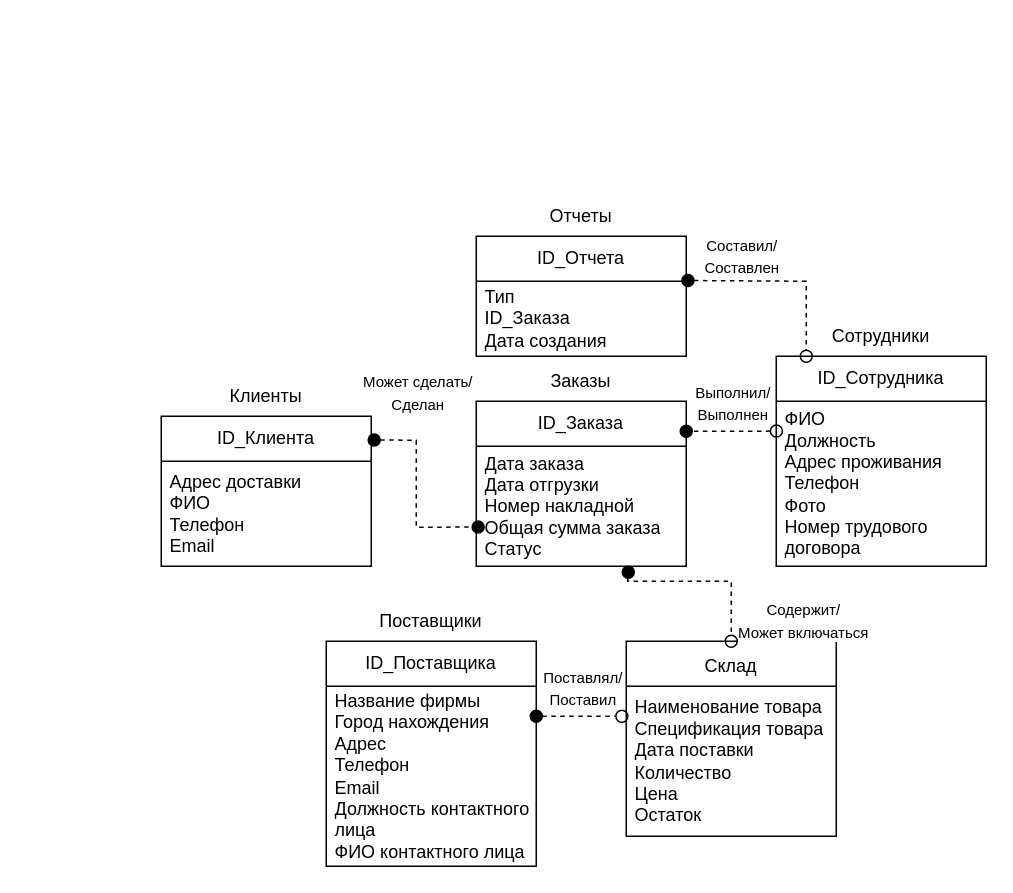
This is ОРТПС_6.drawio from mopsin666/AKMS, a draw.io file, before an edit. Source tidied: cells renumbered, new cells numbered last; positions are measured from the earlier drawing's top-left corner, leaving out a move shared by most shapes. Both pictures are drawn from the tidied source at 150%, with x=0, y=0 at pixel (160, 160).
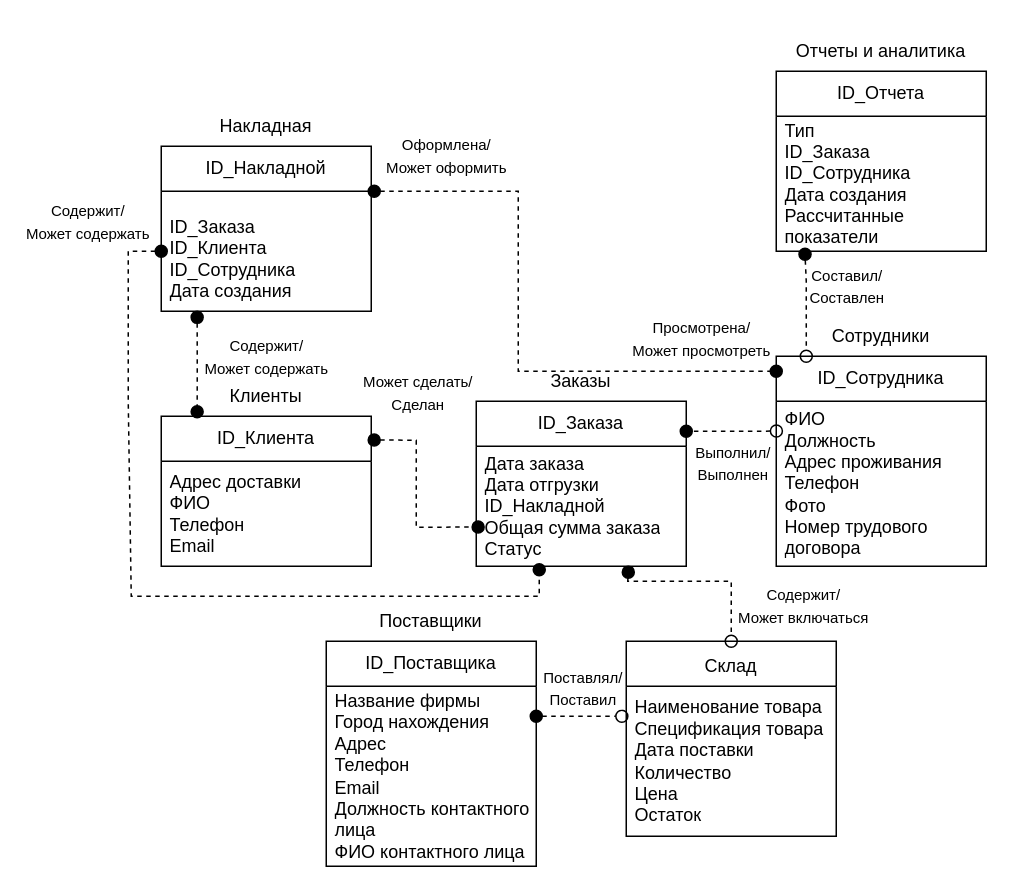
After the change.

The change refers to these unchanged cells:
```xml
<mxCell id="2" value="ID_Заказа" style="swimlane;fontStyle=0;horizontal=1;startSize=30;whiteSpace=wrap;html=1;align=center;" parent="1" vertex="1">
  <mxGeometry x="210" y="160" width="140" height="110" as="geometry" />
</mxCell>
<mxCell id="5" value="ID_Клиента" style="swimlane;fontStyle=0;horizontal=1;startSize=30;whiteSpace=wrap;html=1;align=center;" parent="1" vertex="1">
  <mxGeometry y="170" width="140" height="100" as="geometry" />
</mxCell>
<mxCell id="8" value="ID_Сотрудника" style="swimlane;fontStyle=0;horizontal=1;startSize=30;whiteSpace=wrap;html=1;align=center;" parent="1" vertex="1">
  <mxGeometry x="410" y="130" width="140" height="140" as="geometry" />
</mxCell>
<mxCell id="14" style="swimlane;fontStyle=0;horizontal=1;startSize=30;whiteSpace=wrap;html=1;align=center;" parent="1" vertex="1">
  <mxGeometry x="310" y="320" width="140" height="130" as="geometry" />
</mxCell>
```

Change to the diagram source:
```diff
@@
-    <mxCell id="3" value="Дата заказа&lt;div&gt;Дата отгрузки&lt;/div&gt;&lt;div&gt;Номер накладной&lt;/div&gt;&lt;div&gt;Общая сумма заказа&lt;/div&gt;&lt;div&gt;Статус&lt;/div&gt;" style="text;strokeColor=none;fillColor=none;align=left;verticalAlign=middle;spacingLeft=4;spacingRight=4;overflow=hidden;points=[[0,0.5],[1,0.5]];portConstraint=eastwest;whiteSpace=wrap;html=1;" parent="2" vertex="1">
+    <mxCell id="3" value="Дата заказа&lt;div&gt;Дата отгрузки&lt;/div&gt;&lt;div&gt;ID_Накладной&lt;/div&gt;&lt;div&gt;Общая сумма заказа&lt;/div&gt;&lt;div&gt;Статус&lt;/div&gt;" style="text;strokeColor=none;fillColor=none;align=left;verticalAlign=middle;spacingLeft=4;spacingRight=4;overflow=hidden;points=[[0,0.5],[1,0.5]];portConstraint=eastwest;whiteSpace=wrap;html=1;" parent="2" vertex="1">
       <mxGeometry y="30" width="140" height="80" as="geometry" />
     </mxCell>
@@
-    <mxCell id="15" value="Наименование товара&lt;div&gt;Спецификация товара&lt;/div&gt;&lt;div&gt;Дата поставки&lt;/div&gt;&lt;div&gt;Количество&lt;/div&gt;&lt;div&gt;Цена&lt;/div&gt;&lt;div&gt;Остаток&lt;/div&gt;" style="text;strokeColor=none;fillColor=none;align=left;verticalAlign=middle;spacingLeft=4;spacingRight=4;overflow=hidden;points=[[0,0.5],[1,0.5]];portConstraint=eastwest;whiteSpace=wrap;html=1;" parent="14" vertex="1">
+    <mxCell id="15" value="Наименование товара&lt;div&gt;Спецификация товара&lt;/div&gt;&lt;div&gt;Дата поставки&lt;/div&gt;&lt;div&gt;Количество&lt;/div&gt;&lt;div&gt;Цена&lt;/div&gt;&lt;div&gt;Остаток&lt;br&gt;&lt;/div&gt;" style="text;strokeColor=none;fillColor=none;align=left;verticalAlign=middle;spacingLeft=4;spacingRight=4;overflow=hidden;points=[[0,0.5],[1,0.5]];portConstraint=eastwest;whiteSpace=wrap;html=1;" parent="14" vertex="1">
       <mxGeometry y="30" width="140" height="100" as="geometry" />
     </mxCell>
@@
     <mxCell id="17" value="ID_Отчета" style="swimlane;fontStyle=0;horizontal=1;startSize=30;whiteSpace=wrap;html=1;align=center;" parent="1" vertex="1">
-      <mxGeometry x="210" y="50" width="140" height="80" as="geometry" />
+      <mxGeometry x="410" y="-60" width="140" height="120" as="geometry" />
     </mxCell>
-    <mxCell id="18" value="Тип&lt;div&gt;ID_Заказа&lt;/div&gt;&lt;div&gt;Дата создания&lt;/div&gt;" style="text;strokeColor=none;fillColor=none;align=left;verticalAlign=middle;spacingLeft=4;spacingRight=4;overflow=hidden;points=[[0,0.5],[1,0.5]];portConstraint=eastwest;whiteSpace=wrap;html=1;" parent="17" vertex="1">
-      <mxGeometry y="30" width="140" height="50" as="geometry" />
+    <mxCell id="18" value="Тип&lt;div&gt;ID_Заказа&lt;br&gt;ID_Сотрудника&lt;/div&gt;&lt;div&gt;Дата создания&lt;br&gt;Рассчитанные показатели&lt;/div&gt;" style="text;strokeColor=none;fillColor=none;align=left;verticalAlign=middle;spacingLeft=4;spacingRight=4;overflow=hidden;points=[[0,0.5],[1,0.5]];portConstraint=eastwest;whiteSpace=wrap;html=1;" parent="17" vertex="1">
+      <mxGeometry y="30" width="140" height="90" as="geometry" />
     </mxCell>
-    <mxCell id="19" value="&lt;font style=&quot;font-size: 12px;&quot;&gt;Отчеты&lt;/font&gt;" style="text;html=1;whiteSpace=wrap;strokeColor=none;fillColor=none;align=center;verticalAlign=middle;rounded=0;fontSize=16;" parent="1" vertex="1">
-      <mxGeometry x="250" y="20" width="60" height="30" as="geometry" />
+    <mxCell id="19" value="&lt;font style=&quot;font-size: 12px;&quot;&gt;Отчеты и аналитика&lt;/font&gt;" style="text;html=1;whiteSpace=wrap;strokeColor=none;fillColor=none;align=center;verticalAlign=middle;rounded=0;fontSize=16;" parent="1" vertex="1">
+      <mxGeometry x="420" y="-90" width="120" height="30" as="geometry" />
     </mxCell>
@@
     <mxCell id="25" value="&lt;span style=&quot;font-size: 10px;&quot;&gt;Выполнил/&lt;br&gt;Выполнен&lt;/span&gt;" style="edgeLabel;html=1;align=center;verticalAlign=middle;fontSize=12;" parent="1" vertex="1">
-      <mxGeometry x="380" y="160" as="geometry" />
+      <mxGeometry x="380" y="200" as="geometry" />
     </mxCell>
-    <mxCell id="26" style="html=1;verticalAlign=bottom;startArrow=oval;startFill=1;endArrow=oval;startSize=8;endSize=8;curved=0;rounded=0;fontSize=12;dashed=1;endFill=0;exitX=1.008;exitY=-0.01;exitDx=0;exitDy=0;exitPerimeter=0;entryX=0.143;entryY=0;entryDx=0;entryDy=0;entryPerimeter=0;" parent="1" edge="1" source="18" target="8">
+    <mxCell id="26" style="html=1;verticalAlign=bottom;startArrow=oval;startFill=1;endArrow=oval;startSize=8;endSize=8;curved=0;rounded=0;fontSize=12;dashed=1;endFill=0;exitX=0.137;exitY=1.022;exitDx=0;exitDy=0;exitPerimeter=0;entryX=0.143;entryY=0;entryDx=0;entryDy=0;entryPerimeter=0;" parent="1" edge="1" source="18" target="8">
       <mxGeometry relative="1" as="geometry">
         <Array as="points">
           <mxPoint x="430" y="80" />
         </Array>
       </mxGeometry>
     </mxCell>
     <mxCell id="27" value="&lt;span style=&quot;font-size: 10px;&quot;&gt;Составил/&lt;br&gt;Составлен&lt;/span&gt;" style="edgeLabel;html=1;align=center;verticalAlign=middle;fontSize=12;" parent="1" vertex="1">
-      <mxGeometry x="420" as="geometry">
+      <mxGeometry x="490" y="20" as="geometry">
         <mxPoint x="-34" y="62" as="offset" />
       </mxGeometry>
     </mxCell>
@@
     <mxCell id="29" value="&lt;span style=&quot;font-size: 10px;&quot;&gt;Содержит/&lt;br&gt;Может включаться&lt;/span&gt;" style="edgeLabel;html=1;align=center;verticalAlign=middle;fontSize=12;" parent="1" vertex="1">
-      <mxGeometry x="500" y="320" as="geometry">
+      <mxGeometry x="500" y="310" as="geometry">
         <mxPoint x="-73" y="-15" as="offset" />
       </mxGeometry>
     </mxCell>
+    <mxCell id="30" value="ID_Накладной" style="swimlane;fontStyle=0;horizontal=1;startSize=30;whiteSpace=wrap;html=1;align=center;" parent="1" vertex="1">
+      <mxGeometry y="-10" width="140" height="110" as="geometry" />
+    </mxCell>
+    <mxCell id="31" value="&lt;br&gt;&lt;div&gt;ID_Заказа&lt;/div&gt;&lt;div&gt;ID_Клиента&lt;/div&gt;&lt;div&gt;ID_Сотрудника&lt;/div&gt;&lt;div&gt;Дата создания&lt;br&gt;&lt;br&gt;&lt;/div&gt;" style="text;strokeColor=none;fillColor=none;align=left;verticalAlign=middle;spacingLeft=4;spacingRight=4;overflow=hidden;points=[[0,0.5],[1,0.5]];portConstraint=eastwest;whiteSpace=wrap;html=1;" parent="30" vertex="1">
+      <mxGeometry y="30" width="140" height="80" as="geometry" />
+    </mxCell>
+    <mxCell id="32" value="&lt;font style=&quot;font-size: 12px;&quot;&gt;Накладная&lt;/font&gt;" style="text;html=1;whiteSpace=wrap;strokeColor=none;fillColor=none;align=center;verticalAlign=middle;rounded=0;fontSize=16;" parent="1" vertex="1">
+      <mxGeometry x="10" y="-40" width="120" height="30" as="geometry" />
+    </mxCell>
+    <mxCell id="33" style="html=1;verticalAlign=bottom;startArrow=oval;startFill=1;endArrow=oval;startSize=8;endSize=8;curved=0;rounded=0;fontSize=12;dashed=1;endFill=1;entryX=0;entryY=0.071;entryDx=0;entryDy=0;entryPerimeter=0;" parent="1" edge="1" target="8">
+      <mxGeometry relative="1" as="geometry">
+        <mxPoint x="142" y="20" as="sourcePoint" />
+        <Array as="points">
+          <mxPoint x="238" y="20" />
+          <mxPoint x="238" y="140" />
+        </Array>
+      </mxGeometry>
+    </mxCell>
+    <mxCell id="34" value="&lt;span style=&quot;font-size: 10px;&quot;&gt;Оформлена/&lt;br&gt;Может оформить&lt;/span&gt;" style="edgeLabel;html=1;align=center;verticalAlign=middle;fontSize=12;" parent="33" vertex="1">
+      <mxGeometry x="-0.54" y="2" relative="1" as="geometry">
+        <mxPoint x="-42" y="-23" as="offset" />
+      </mxGeometry>
+    </mxCell>
+    <mxCell id="35" value="&lt;span style=&quot;font-size: 10px;&quot;&gt;Просмотрена/&lt;br&gt;Может просмотреть&lt;/span&gt;" style="edgeLabel;html=1;align=center;verticalAlign=middle;fontSize=12;" parent="1" vertex="1">
+      <mxGeometry x="350" y="80" as="geometry">
+        <mxPoint x="9" y="37" as="offset" />
+      </mxGeometry>
+    </mxCell>
+    <mxCell id="36" style="html=1;verticalAlign=bottom;startArrow=oval;startFill=1;endArrow=oval;startSize=8;endSize=8;curved=0;rounded=0;fontSize=12;dashed=1;endFill=1;exitX=0;exitY=0.5;exitDx=0;exitDy=0;entryX=0.3;entryY=1.029;entryDx=0;entryDy=0;entryPerimeter=0;" parent="1" edge="1" source="31" target="3">
+      <mxGeometry relative="1" as="geometry">
+        <Array as="points">
+          <mxPoint x="-22" y="60" />
+          <mxPoint x="-22" y="160" />
+          <mxPoint x="-20" y="290" />
+          <mxPoint x="252" y="290" />
+        </Array>
+      </mxGeometry>
+    </mxCell>
+    <mxCell id="37" value="&lt;span style=&quot;font-size: 10px;&quot;&gt;Содержит/&lt;br&gt;Может содержать&lt;/span&gt;" style="edgeLabel;html=1;align=center;verticalAlign=middle;fontSize=12;" parent="36" vertex="1">
+      <mxGeometry x="-0.54" y="2" relative="1" as="geometry">
+        <mxPoint x="-30" y="-123" as="offset" />
+      </mxGeometry>
+    </mxCell>
+    <mxCell id="38" style="html=1;verticalAlign=bottom;startArrow=oval;startFill=1;endArrow=oval;startSize=8;endSize=8;curved=0;rounded=0;fontSize=12;dashed=1;endFill=1;entryX=0.171;entryY=-0.03;entryDx=0;entryDy=0;entryPerimeter=0;exitX=0.171;exitY=1.051;exitDx=0;exitDy=0;exitPerimeter=0;" parent="1" edge="1" source="31" target="5">
+      <mxGeometry relative="1" as="geometry">
+        <Array as="points">
+          <mxPoint x="24" y="140" />
+        </Array>
+      </mxGeometry>
+    </mxCell>
+    <mxCell id="39" value="&lt;span style=&quot;font-size: 10px;&quot;&gt;Содержит/&lt;br&gt;Может содержать&lt;/span&gt;" style="edgeLabel;html=1;align=center;verticalAlign=middle;fontSize=12;" parent="38" vertex="1">
+      <mxGeometry x="-0.54" y="2" relative="1" as="geometry">
+        <mxPoint x="44" y="11" as="offset" />
+      </mxGeometry>
+    </mxCell>
```
